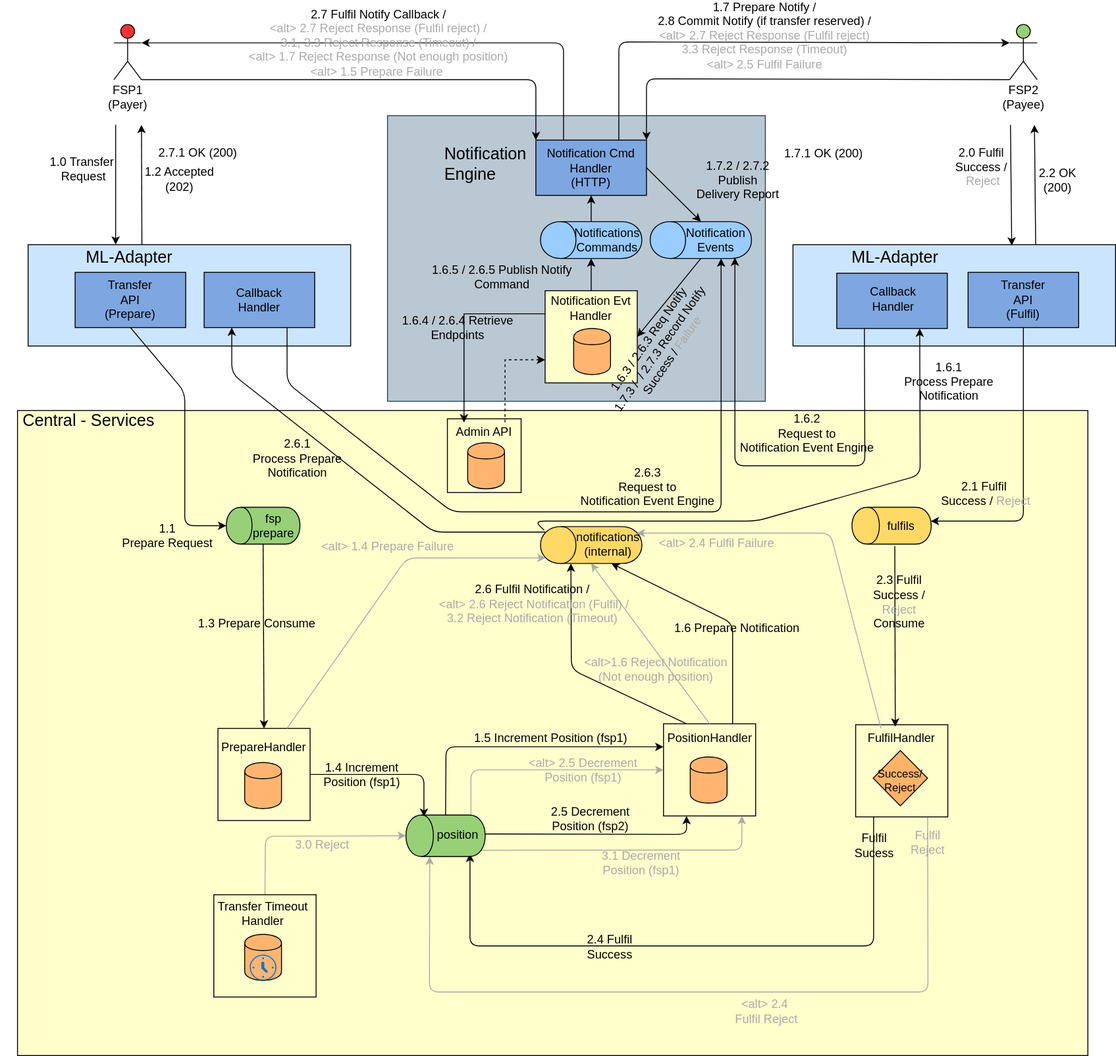
Before: mojaloop-technical-overview/notifications/assets/diagrams/Transfers-Arch-End-to-End-with-Notify-Engine-v2.0.svg, a diagram exported from draw.io (mojaloop/documentation). Source tidied: cells renumbered, new cells last; positions are measured from the earlier drawing's top-left corner, leaving out a move shared by most shapes.
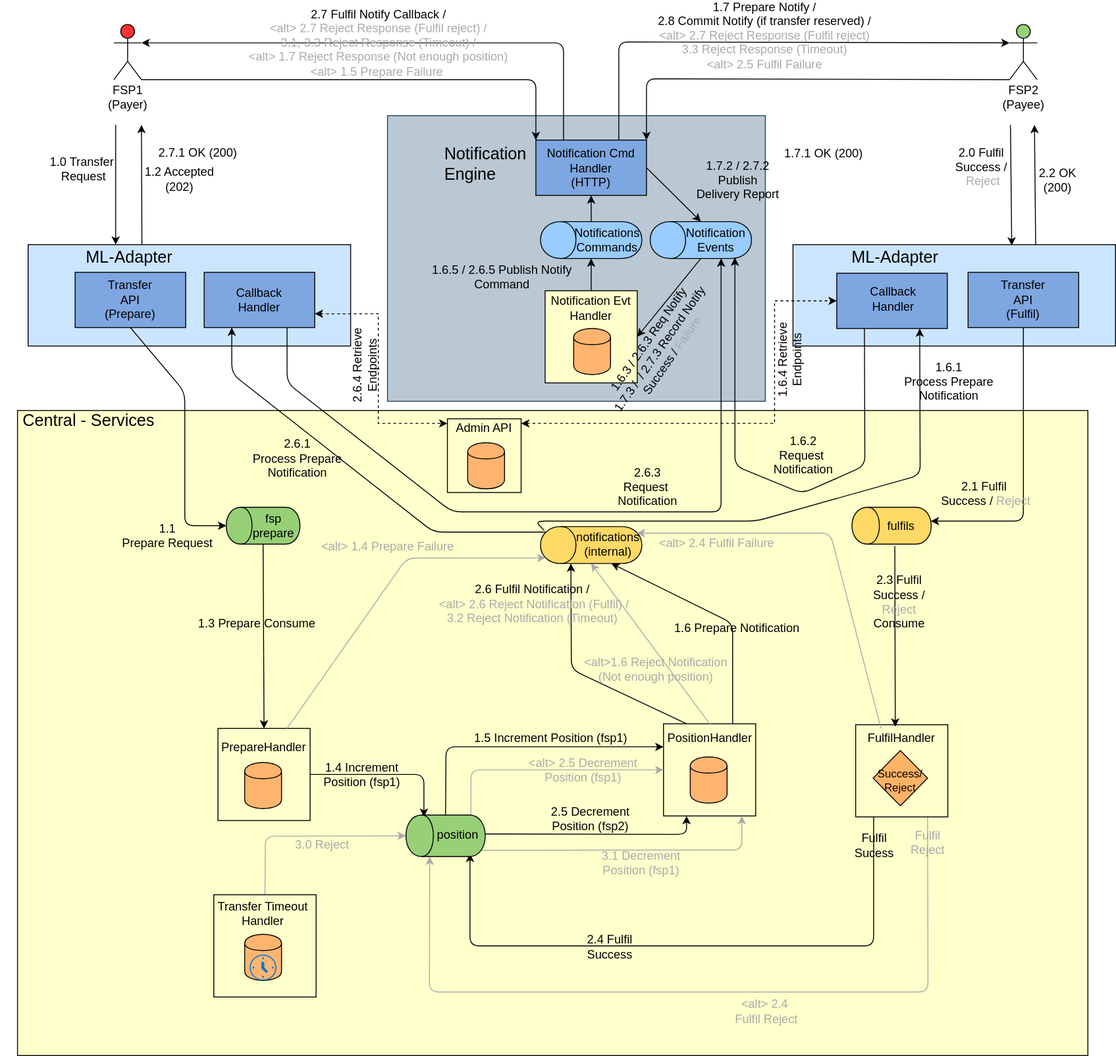
The same diagram one commit later.

Commit message:
Updates to notification v2 e2e arch diagram

The edit, as a diff of the source:
```diff
@@ -450,9 +450,9 @@
         <mxPoint x="-30" y="-101" as="offset" />
       </mxGeometry>
     </mxCell>
-    <mxCell id="102" value="&lt;font style=&quot;font-size: 13px&quot;&gt;1.6.4 / 2.6.4 Retrieve &lt;br&gt;Endpoints&lt;/font&gt;" style="text;html=1;align=center;verticalAlign=middle;labelBackgroundColor=none;fontSize=13;spacingTop=14;spacingLeft=-1;" parent="1" vertex="1">
-      <mxGeometry x="495" y="409" as="geometry">
-        <mxPoint x="1" y="-88" as="offset" />
+    <mxCell id="102" value="&lt;font style=&quot;font-size: 13px&quot;&gt;2.6.4 Retrieve &lt;br&gt;Endpoints&lt;/font&gt;" style="text;html=1;align=center;verticalAlign=middle;labelBackgroundColor=none;fontSize=13;spacingTop=14;spacingLeft=-1;rotation=-90;" parent="1" vertex="1">
+      <mxGeometry x="429" y="355" as="geometry">
+        <mxPoint x="-16" y="-41" as="offset" />
       </mxGeometry>
     </mxCell>
     <mxCell id="103" value="&lt;font style=&quot;font-size: 13px&quot;&gt;1.6.5 / 2.6.5 Publish Notify&lt;br&gt;Command&lt;br&gt;&lt;/font&gt;" style="text;html=1;align=center;verticalAlign=middle;labelBackgroundColor=none;fontSize=13;spacingTop=14;spacingLeft=-1;" parent="1" vertex="1">
@@ -464,7 +464,7 @@
       <mxGeometry x="485" y="428" width="80" height="80" as="geometry" />
     </mxCell>
     <mxCell id="105" value="Admin API" style="text;html=1;strokeColor=none;fillColor=none;align=center;verticalAlign=middle;whiteSpace=wrap;rounded=0;fontSize=13;" parent="1" vertex="1">
-      <mxGeometry x="480" y="432" width="90" height="20" as="geometry" />
+      <mxGeometry x="485" y="428" width="80" height="20" as="geometry" />
     </mxCell>
     <mxCell id="106" style="shape=cylinder;whiteSpace=wrap;html=1;boundedLbl=1;fillColor=#FFB570;fontSize=12;" parent="1" vertex="1">
       <mxGeometry x="507" y="454" width="40" height="50" as="geometry" />
@@ -472,18 +472,11 @@
     <mxCell id="107" value="Callback&lt;br&gt;Handler" style="rounded=0;whiteSpace=wrap;html=1;fillColor=#7EA6E0;fontSize=13;" parent="1" vertex="1">
       <mxGeometry x="221" y="269" width="120" height="60" as="geometry" />
     </mxCell>
-    <mxCell id="108" style="edgeStyle=orthogonalEdgeStyle;rounded=0;jettySize=auto;html=1;horizontal=0;startArrow=classic;startFill=1;endArrow=none;endFill=0;entryX=0;entryY=0.25;entryDx=0;entryDy=0;" parent="1" edge="1" target="5">
-      <mxGeometry relative="1" as="geometry">
-        <mxPoint x="503" y="432" as="sourcePoint" />
-        <Array as="points">
-          <mxPoint x="503" y="314" />
-        </Array>
-      </mxGeometry>
-    </mxCell>
-    <mxCell id="109" style="edgeStyle=orthogonalEdgeStyle;rounded=0;jettySize=auto;html=1;horizontal=0;startArrow=classic;startFill=1;endArrow=none;endFill=0;exitX=0;exitY=0.75;exitDx=0;exitDy=0;dashed=1;entryX=0.75;entryY=0;entryDx=0;entryDy=0;" parent="1" edge="1" source="5" target="105">
+    <mxCell id="109" style="edgeStyle=orthogonalEdgeStyle;rounded=0;jettySize=auto;html=1;horizontal=0;startArrow=classic;startFill=1;endArrow=classic;endFill=1;exitX=1;exitY=0.75;exitDx=0;exitDy=0;dashed=1;entryX=0;entryY=0.25;entryDx=0;entryDy=0;" parent="1" edge="1" source="107" target="105">
       <mxGeometry relative="1" as="geometry">
         <Array as="points">
-          <mxPoint x="548" y="364" />
+          <mxPoint x="410" y="314" />
+          <mxPoint x="410" y="433" />
         </Array>
       </mxGeometry>
     </mxCell>
@@ -509,7 +502,7 @@
         </Array>
       </mxGeometry>
     </mxCell>
-    <mxCell id="113" value="&lt;font style=&quot;font-size: 13px&quot;&gt;2.6.3&lt;br style=&quot;font-size: 13px&quot;&gt;Request to &lt;br&gt;Notification&amp;nbsp;Event Engine&lt;br&gt;&lt;/font&gt;" style="text;html=1;align=center;verticalAlign=middle;labelBackgroundColor=none;fontSize=13;" parent="112" vertex="1">
+    <mxCell id="113" value="&lt;font style=&quot;font-size: 13px&quot;&gt;2.6.3&lt;br style=&quot;font-size: 13px&quot;&gt;Request&amp;nbsp;&lt;br&gt;Notification&lt;br&gt;&lt;/font&gt;" style="text;html=1;align=center;verticalAlign=middle;labelBackgroundColor=none;fontSize=13;" parent="112" vertex="1">
       <mxGeometry x="0.31" y="2" relative="1" as="geometry">
         <mxPoint x="-62.8" y="-26" as="offset" />
       </mxGeometry>
@@ -521,13 +514,14 @@
       <mxGeometry relative="1" as="geometry">
         <Array as="points">
           <mxPoint x="938" y="479" />
+          <mxPoint x="870" y="509" />
           <mxPoint x="797" y="479" />
         </Array>
       </mxGeometry>
     </mxCell>
-    <mxCell id="116" value="&lt;font style=&quot;font-size: 13px&quot;&gt;1.6.2&lt;br style=&quot;font-size: 13px&quot;&gt;Request to &lt;br&gt;Notification&amp;nbsp;Event Engine&lt;br&gt;&lt;/font&gt;" style="text;html=1;align=center;verticalAlign=middle;labelBackgroundColor=none;fontSize=13;" parent="115" vertex="1">
+    <mxCell id="116" value="&lt;font style=&quot;font-size: 13px&quot;&gt;1.6.2&lt;br style=&quot;font-size: 13px&quot;&gt;Request&amp;nbsp;&lt;br&gt;Notification&lt;br&gt;&lt;/font&gt;" style="text;html=1;align=center;verticalAlign=middle;labelBackgroundColor=none;fontSize=13;" parent="115" vertex="1">
       <mxGeometry x="0.31" y="2" relative="1" as="geometry">
-        <mxPoint x="80" y="13" as="offset" />
+        <mxPoint x="75" y="33.8" as="offset" />
       </mxGeometry>
     </mxCell>
     <mxCell id="117" style="endArrow=classic;html=1;fontSize=12;entryX=0.75;entryY=1;entryDx=0;entryDy=0;" parent="1" edge="1" target="54">
@@ -545,5 +539,18 @@
         <mxPoint x="75.3" y="-112" as="offset" />
       </mxGeometry>
     </mxCell>
+    <mxCell id="119" style="edgeStyle=orthogonalEdgeStyle;rounded=0;jettySize=auto;html=1;horizontal=0;startArrow=classic;startFill=1;endArrow=classic;endFill=1;dashed=1;entryX=0;entryY=0.5;entryDx=0;entryDy=0;exitX=1;exitY=0.25;exitDx=0;exitDy=0;" parent="1" edge="1" source="105" target="54">
+      <mxGeometry relative="1" as="geometry">
+        <Array as="points">
+          <mxPoint x="840" y="433" />
+          <mxPoint x="840" y="300" />
+        </Array>
+      </mxGeometry>
+    </mxCell>
+    <mxCell id="120" value="&lt;font style=&quot;font-size: 13px&quot;&gt;1.6.4 Retrieve &lt;br&gt;Endpoints&lt;/font&gt;" style="text;html=1;align=center;verticalAlign=middle;labelBackgroundColor=none;fontSize=13;spacingTop=14;spacingLeft=-1;rotation=-90;" parent="1" vertex="1">
+      <mxGeometry x="890" y="349" as="geometry">
+        <mxPoint x="-16" y="-41" as="offset" />
+      </mxGeometry>
+    </mxCell>
   </root>
 </mxGraphModel>
```
